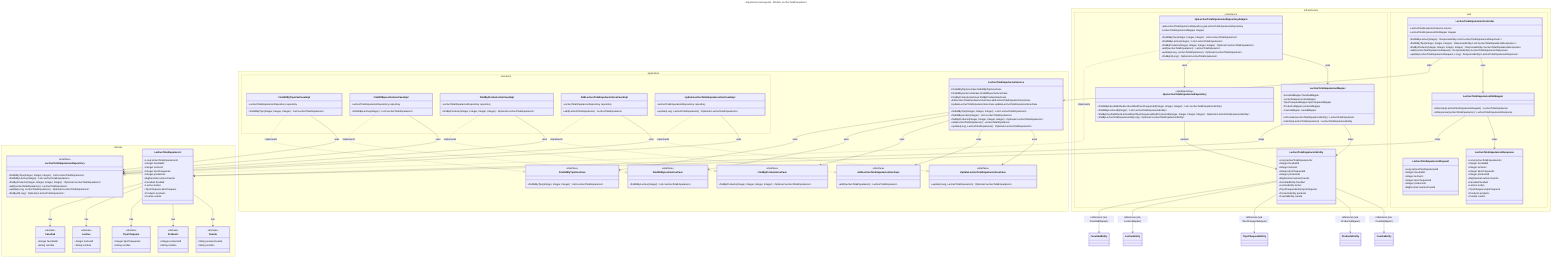
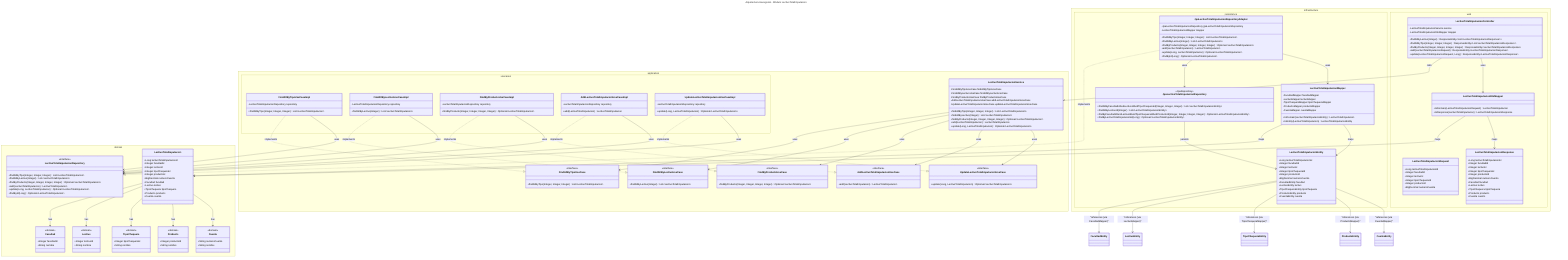
---
title: Arquitectura Hexagonal - Módulo LectivoTotalImputacion
---

classDiagram
    direction TB

    namespace domain {
        class LectivoTotalImputacion {
            +Long lectivoTotalImputacionId
            +Integer facultadId
            +Integer lectivoId
            +Integer tipoChequeraId
            +Integer productoId
            +BigDecimal numeroCuenta
            +Facultad facultad
            +Lectivo lectivo
            +TipoChequera tipoChequera
            +Producto producto
            +Cuenta cuenta
        }

        class Facultad {
            <<domain>>
            +Integer facultadId
            +String nombre
        }

        class Lectivo {
            <<domain>>
            +Integer lectivoId
            +String nombre
        }

        class TipoChequera {
            <<domain>>
            +Integer tipoChequeraId
            +String nombre
        }

        class Producto {
            <<domain>>
            +Integer productoId
            +String nombre
        }

        class Cuenta {
            <<domain>>
            +String numeroCuenta
            +String nombre
        }

        class LectivoTotalImputacionRepository {
            <<interface>>
            +findAllByTipo(Integer, Integer, Integer) List~LectivoTotalImputacion~
            +findAllByLectivo(Integer) List~LectivoTotalImputacion~
            +findByProducto(Integer, Integer, Integer, Integer) Optional~LectivoTotalImputacion~
            +add(LectivoTotalImputacion) LectivoTotalImputacion
            +update(Long, LectivoTotalImputacion) Optional~LectivoTotalImputacion~
            +findById(Long) Optional~LectivoTotalImputacion~
        }
    }

    namespace application {
        class LectivoTotalImputacionService {
            -FindAllByTipoUseCase findAllByTipoUseCase
            -FindAllByLectivoUseCase findAllByLectivoUseCase
            -FindByProductoUseCase findByProductoUseCase
            -AddLectivoTotalImputacionUseCase addLectivoTotalImputacionUseCase
            -UpdateLectivoTotalImputacionUseCase updateLectivoTotalImputacionUseCase
            +findAllByTipo(Integer, Integer, Integer) List~LectivoTotalImputacion~
            +findAllByLectivo(Integer) List~LectivoTotalImputacion~
            +findByProducto(Integer, Integer, Integer, Integer) Optional~LectivoTotalImputacion~
            +add(LectivoTotalImputacion) LectivoTotalImputacion
            +update(Long, LectivoTotalImputacion) Optional~LectivoTotalImputacion~
        }

        namespace usecases {
            class FindAllByTipoUseCaseImpl {
                -LectivoTotalImputacionRepository repository
                +findAllByTipo(Integer, Integer, Integer) List~LectivoTotalImputacion~
            }

            class FindAllByLectivoUseCaseImpl {
                -LectivoTotalImputacionRepository repository
                +findAllByLectivo(Integer) List~LectivoTotalImputacion~
            }

            class FindByProductoUseCaseImpl {
                -LectivoTotalImputacionRepository repository
                +findByProducto(Integer, Integer, Integer, Integer) Optional~LectivoTotalImputacion~
            }

            class AddLectivoTotalImputacionUseCaseImpl {
                -LectivoTotalImputacionRepository repository
                +add(LectivoTotalImputacion) LectivoTotalImputacion
            }

            class UpdateLectivoTotalImputacionUseCaseImpl {
                -LectivoTotalImputacionRepository repository
                +update(Long, LectivoTotalImputacion) Optional~LectivoTotalImputacion~
            }
        }

        class FindAllByTipoUseCase {
            <<interface>>
            +findAllByTipo(Integer, Integer, Integer) List~LectivoTotalImputacion~
        }

        class FindAllByLectivoUseCase {
            <<interface>>
            +findAllByLectivo(Integer) List~LectivoTotalImputacion~
        }

        class FindByProductoUseCase {
            <<interface>>
            +findByProducto(Integer, Integer, Integer, Integer) Optional~LectivoTotalImputacion~
        }

        class AddLectivoTotalImputacionUseCase {
            <<interface>>
            +add(LectivoTotalImputacion) LectivoTotalImputacion
        }

        class UpdateLectivoTotalImputacionUseCase {
            <<interface>>
            +update(Long, LectivoTotalImputacion) Optional~LectivoTotalImputacion~
        }
    }

    namespace infrastructure {
        namespace persistence {
            class LectivoTotalImputacionEntity {
                +Long lectivoTotalImputacionId
                +Integer facultadId
                +Integer lectivoId
                +Integer tipoChequeraId
                +Integer productoId
                +BigDecimal numeroCuenta
                +FacultadEntity facultad
                +LectivoEntity lectivo
                +TipoChequeraEntity tipoChequera
                +ProductoEntity producto
                +CuentaEntity cuenta
            }

            class JpaLectivoTotalImputacionRepository {
                <<JpaRepository>>
                +findAllByFacultadIdAndLectivoIdAndTipoChequeraId(Integer, Integer, Integer) List~LectivoTotalImputacionEntity~
                +findAllByLectivoId(Integer) List~LectivoTotalImputacionEntity~
                +findByFacultadIdAndLectivoIdAndTipoChequeraIdAndProductoId(Integer, Integer, Integer, Integer) Optional~LectivoTotalImputacionEntity~
                +findByLectivoTotalImputacionId(Long) Optional~LectivoTotalImputacionEntity~
            }

            class JpaLectivoTotalImputacionRepositoryAdapter {
                -JpaLectivoTotalImputacionRepository jpaLectivoTotalImputacionRepository
                -LectivoTotalImputacionMapper mapper
                +findAllByTipo(Integer, Integer, Integer) List~LectivoTotalImputacion~
                +findAllByLectivo(Integer) List~LectivoTotalImputacion~
                +findByProducto(Integer, Integer, Integer, Integer) Optional~LectivoTotalImputacion~
                +add(LectivoTotalImputacion) LectivoTotalImputacion
                +update(Long, LectivoTotalImputacion) Optional~LectivoTotalImputacion~
                +findById(Long) Optional~LectivoTotalImputacion~
            }

            class LectivoTotalImputacionMapper {
                -FacultadMapper facultadMapper
                -LectivoMapper lectivoMapper
                -TipoChequeraMapper tipoChequeraMapper
                -ProductoMapper productoMapper
                -CuentaMapper cuentaMapper
                +toDomain(LectivoTotalImputacionEntity) LectivoTotalImputacion
                +toEntity(LectivoTotalImputacion) LectivoTotalImputacionEntity
            }
        }

        namespace web {
            class LectivoTotalImputacionController {
                -LectivoTotalImputacionService service
                -LectivoTotalImputacionDtoMapper mapper
                +findAllByLectivo(Integer) ResponseEntity~List~LectivoTotalImputacionResponse~~
                +findAllByTipo(Integer, Integer, Integer) ResponseEntity~List~LectivoTotalImputacionResponse~~
                +findByProducto(Integer, Integer, Integer, Integer) ResponseEntity~LectivoTotalImputacionResponse~
                +add(LectivoTotalImputacionRequest) ResponseEntity~LectivoTotalImputacionResponse~
                +update(LectivoTotalImputacionRequest, Long) ResponseEntity~LectivoTotalImputacionResponse~
            }

            class LectivoTotalImputacionRequest {
                +Long lectivoTotalImputacionId
                +Integer facultadId
                +Integer lectivoId
                +Integer tipoChequeraId
                +Integer productoId
                +BigDecimal numeroCuenta
            }

            class LectivoTotalImputacionResponse {
                +Long lectivoTotalImputacionId
                +Integer facultadId
                +Integer lectivoId
                +Integer tipoChequeraId
                +Integer productoId
                +BigDecimal numeroCuenta
                +Facultad facultad
                +Lectivo lectivo
                +TipoChequera tipoChequera
                +Producto producto
                +Cuenta cuenta
            }

            class LectivoTotalImputacionDtoMapper {
                +toDomain(LectivoTotalImputacionRequest) LectivoTotalImputacion
                +toResponse(LectivoTotalImputacion) LectivoTotalImputacionResponse
            }
        }
    }

    LectivoTotalImputacion --> Facultad : has
    LectivoTotalImputacion --> Lectivo : has
    LectivoTotalImputacion --> TipoChequera : has
    LectivoTotalImputacion --> Producto : has
    LectivoTotalImputacion --> Cuenta : has

    LectivoTotalImputacionService --> FindAllByTipoUseCase : uses
    LectivoTotalImputacionService --> FindAllByLectivoUseCase : uses
    LectivoTotalImputacionService --> FindByProductoUseCase : uses
    LectivoTotalImputacionService --> AddLectivoTotalImputacionUseCase : uses
    LectivoTotalImputacionService --> UpdateLectivoTotalImputacionUseCase : uses

    FindAllByTipoUseCaseImpl ..|> FindAllByTipoUseCase : implements
    FindAllByLectivoUseCaseImpl ..|> FindAllByLectivoUseCase : implements
    FindByProductoUseCaseImpl ..|> FindByProductoUseCase : implements
    AddLectivoTotalImputacionUseCaseImpl ..|> AddLectivoTotalImputacionUseCase : implements
    UpdateLectivoTotalImputacionUseCaseImpl ..|> UpdateLectivoTotalImputacionUseCase : implements

    FindAllByTipoUseCaseImpl --> LectivoTotalImputacionRepository : uses
    FindAllByLectivoUseCaseImpl --> LectivoTotalImputacionRepository : uses
    FindByProductoUseCaseImpl --> LectivoTotalImputacionRepository : uses
    AddLectivoTotalImputacionUseCaseImpl --> LectivoTotalImputacionRepository : uses
    UpdateLectivoTotalImputacionUseCaseImpl --> LectivoTotalImputacionRepository : uses

    JpaLectivoTotalImputacionRepositoryAdapter ..|> LectivoTotalImputacionRepository : implements
    JpaLectivoTotalImputacionRepositoryAdapter --> JpaLectivoTotalImputacionRepository : uses
    JpaLectivoTotalImputacionRepositoryAdapter --> LectivoTotalImputacionMapper : uses

    LectivoTotalImputacionMapper --> LectivoTotalImputacion : maps
    LectivoTotalImputacionMapper --> LectivoTotalImputacionEntity : maps
    JpaLectivoTotalImputacionRepository --> LectivoTotalImputacionEntity : persists

-     LectivoTotalImputacionEntity --> FacultadEntity : references (via FacultadMapper)
-     LectivoTotalImputacionEntity --> LectivoEntity : references (via LectivoMapper)
-     LectivoTotalImputacionEntity --> TipoChequeraEntity : references (via TipoChequeraMapper)
-     LectivoTotalImputacionEntity --> ProductoEntity : references (via ProductoMapper)
-     LectivoTotalImputacionEntity --> CuentaEntity : references (via CuentaMapper)
+     LectivoTotalImputacionEntity --> FacultadEntity : "references (via FacultadMapper)"
+     LectivoTotalImputacionEntity --> LectivoEntity : "references (via LectivoMapper)"
+     LectivoTotalImputacionEntity --> TipoChequeraEntity : "references (via TipoChequeraMapper)"
+     LectivoTotalImputacionEntity --> ProductoEntity : "references (via ProductoMapper)"
+     LectivoTotalImputacionEntity --> CuentaEntity : "references (via CuentaMapper)"

    LectivoTotalImputacionController --> LectivoTotalImputacionService : calls
    LectivoTotalImputacionController --> LectivoTotalImputacionDtoMapper : uses
    LectivoTotalImputacionDtoMapper --> LectivoTotalImputacion : maps
    LectivoTotalImputacionDtoMapper --> LectivoTotalImputacionResponse : maps
